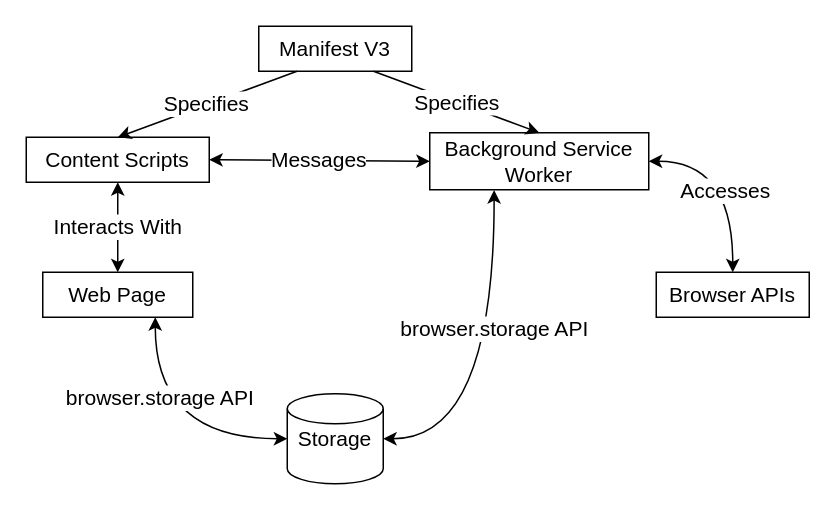
Above: media/browser-extension-architecture.drawio in SzymonNastaly/Bachelors-Thesis-Szymon-Nastaly (draw.io), before the change. Source tidied: cells renumbered, new cells numbered last; positions are measured from the earlier drawing's top-left corner, leaving out a move shared by most shapes. Both pictures are drawn from the tidied source at 150%, with x=0, y=0 at pixel (26, 26).
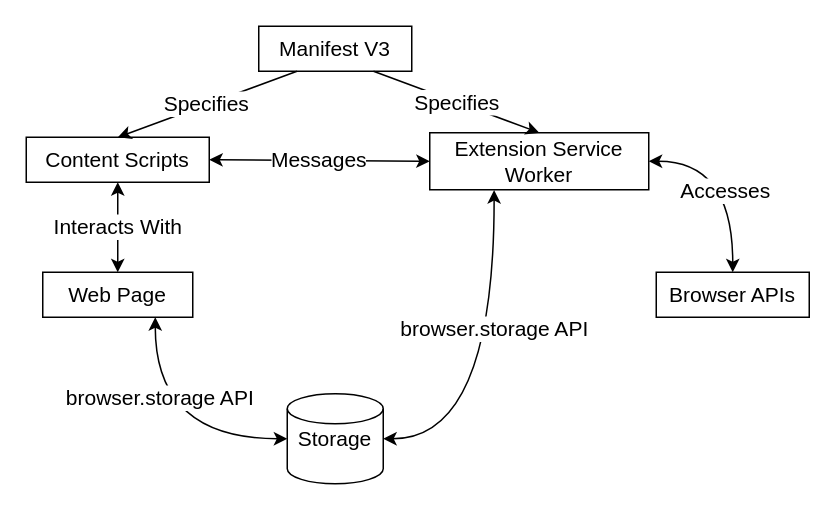
The same page after the edit.

Diff of the diagram source:
```diff
@@
 <mxGraphModel>
   <root>
     <mxCell id="0" />
     <mxCell id="1" parent="0" />
-    <mxCell id="2" value="Background Service Worker" style="rounded=0;whiteSpace=wrap;html=1;fontSize=14;" parent="1" vertex="1">
+    <mxCell id="2" value="Extension Service Worker" style="rounded=0;whiteSpace=wrap;html=1;fontSize=14;" parent="1" vertex="1">
       <mxGeometry x="269" y="71" width="146" height="38" as="geometry" />
     </mxCell>
     <mxCell id="3" value="Manifest V3" style="rounded=0;whiteSpace=wrap;html=1;fontSize=14;" parent="1" vertex="1">
       <mxGeometry x="155" width="102" height="30" as="geometry" />
     </mxCell>
     <mxCell id="4" value="Content Scripts" style="rounded=0;whiteSpace=wrap;html=1;fontSize=14;" parent="1" vertex="1">
       <mxGeometry y="74" width="122" height="30" as="geometry" />
     </mxCell>
     <mxCell id="5" value="Specifies" style="curved=1;endArrow=classic;html=1;rounded=0;exitX=0.25;exitY=1;exitDx=0;exitDy=0;entryX=0.5;entryY=0;entryDx=0;entryDy=0;fontSize=14;" parent="1" edge="1" source="3" target="4">
       <mxGeometry relative="1" as="geometry" />
     </mxCell>
     <mxCell id="6" value="Specifies" style="curved=1;endArrow=classic;html=1;rounded=0;exitX=0.75;exitY=1;exitDx=0;exitDy=0;entryX=0.5;entryY=0;entryDx=0;entryDy=0;fontSize=14;" parent="1" edge="1" source="3" target="2">
       <mxGeometry relative="1" as="geometry" />
     </mxCell>
     <mxCell id="7" value="Web Page" style="rounded=0;whiteSpace=wrap;html=1;fontSize=14;" parent="1" vertex="1">
       <mxGeometry x="11" y="164" width="100" height="30" as="geometry" />
     </mxCell>
     <mxCell id="8" value="Interacts With" style="endArrow=classic;startArrow=classic;html=1;rounded=0;exitX=0.5;exitY=0;exitDx=0;exitDy=0;entryX=0.5;entryY=1;entryDx=0;entryDy=0;fontSize=14;" parent="1" edge="1" source="7" target="4">
       <mxGeometry relative="1" as="geometry" />
     </mxCell>
     <mxCell id="9" value="Storage" style="strokeWidth=1;html=1;shape=mxgraph.flowchart.database;whiteSpace=wrap;fontSize=14;" parent="1" vertex="1">
       <mxGeometry x="174" y="245" width="64" height="60" as="geometry" />
     </mxCell>
     <mxCell id="10" value="browser.storage API" style="endArrow=classic;startArrow=classic;html=1;rounded=0;exitX=0.75;exitY=1;exitDx=0;exitDy=0;entryX=0;entryY=0.5;entryDx=0;entryDy=0;entryPerimeter=0;edgeStyle=orthogonalEdgeStyle;curved=1;fontSize=14;" parent="1" edge="1" source="7" target="9">
       <mxGeometry x="-0.36" y="3" relative="1" as="geometry" />
     </mxCell>
     <mxCell id="11" value="browser.storage API" style="endArrow=classic;startArrow=classic;html=1;rounded=0;exitX=0.294;exitY=1.006;exitDx=0;exitDy=0;entryX=1;entryY=0.5;entryDx=0;entryDy=0;entryPerimeter=0;flowAnimation=0;jumpStyle=none;curved=1;edgeStyle=orthogonalEdgeStyle;exitPerimeter=0;fontSize=14;" parent="1" edge="1" source="2" target="9">
       <mxGeometry x="-0.22" relative="1" as="geometry" />
     </mxCell>
     <mxCell id="12" value="Messages" style="endArrow=classic;startArrow=classic;html=1;rounded=0;exitX=0;exitY=0.5;exitDx=0;exitDy=0;entryX=1;entryY=0.5;entryDx=0;entryDy=0;fontSize=14;" parent="1" edge="1" source="2" target="4">
       <mxGeometry relative="1" as="geometry" />
     </mxCell>
     <mxCell id="13" value="Browser APIs" style="rounded=0;whiteSpace=wrap;html=1;fontSize=14;" parent="1" vertex="1">
       <mxGeometry x="420" y="164" width="102" height="30" as="geometry" />
     </mxCell>
     <mxCell id="14" value="Accesses" style="endArrow=classic;startArrow=classic;html=1;rounded=0;exitX=1;exitY=0.5;exitDx=0;exitDy=0;entryX=0.5;entryY=0;entryDx=0;entryDy=0;edgeStyle=orthogonalEdgeStyle;fontSize=14;elbow=vertical;curved=1;" parent="1" edge="1" source="2" target="13">
       <mxGeometry x="0.17" y="-5" relative="1" as="geometry" />
     </mxCell>
   </root>
 </mxGraphModel>
```
